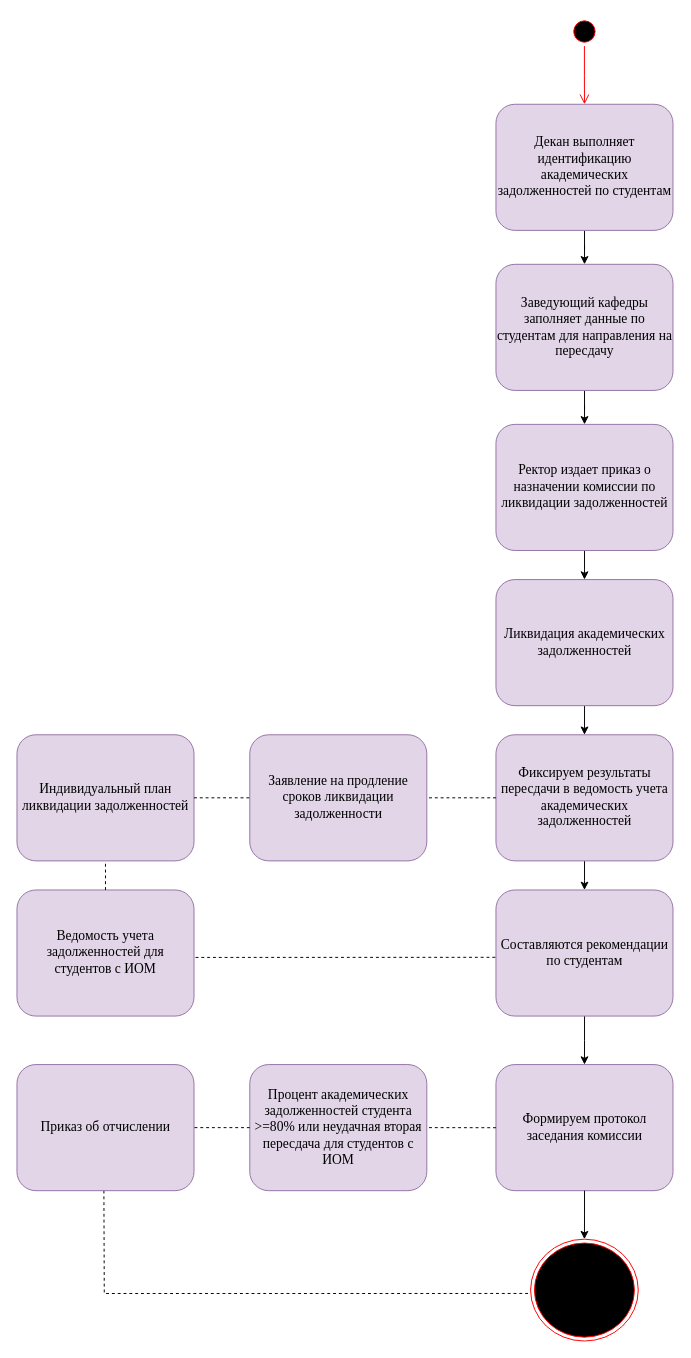
Above: VKR/Диаграмма состояний (UML).drawio in DLordxxx/Practice (draw.io), before the change. Source tidied: cells renumbered, new cells numbered last; positions are measured from the earlier drawing's top-left corner, leaving out a move shared by most shapes. Both pictures are drawn from the tidied source at 97%, with x=0, y=0 at pixel (16, 16).
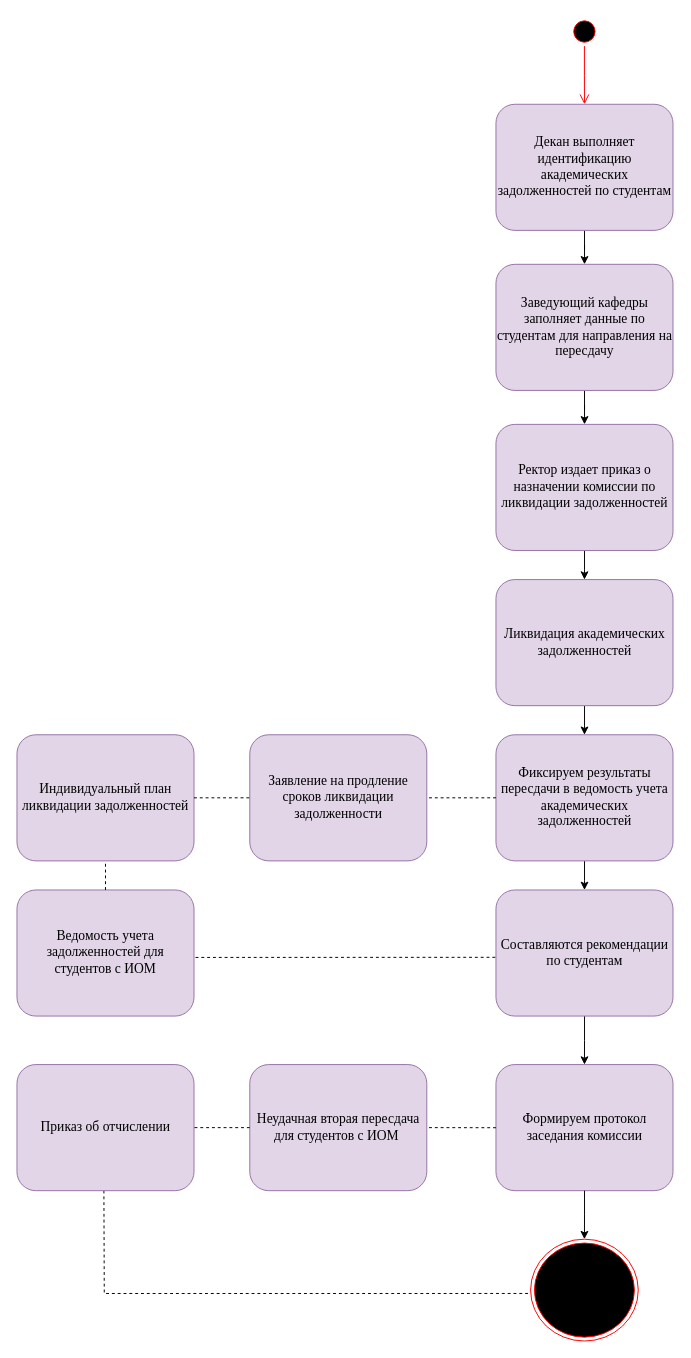
Above is the later version.

Change to the diagram source:
```diff
@@
-    <mxCell id="26" value="&lt;font face=&quot;Times New Roman&quot;&gt;&lt;span style=&quot;font-size: 14px;&quot;&gt;Процент академических задолженностей студента &amp;gt;=80% или неудачная вторая пересдача для студентов с ИОМ&lt;/span&gt;&lt;/font&gt;" style="rounded=1;whiteSpace=wrap;html=1;fillColor=#e1d5e7;strokeColor=#9673a6;" parent="1" vertex="1">
+    <mxCell id="26" value="&lt;span style=&quot;font-family: &amp;quot;Times New Roman&amp;quot;; font-size: 14px;&quot;&gt;Неудачная вторая пересдача для студентов с ИОМ&amp;nbsp;&lt;/span&gt;" style="rounded=1;whiteSpace=wrap;html=1;fillColor=#e1d5e7;strokeColor=#9673a6;" parent="1" vertex="1">
       <mxGeometry x="240" y="1080" width="182.5" height="130" as="geometry" />
     </mxCell>
```
